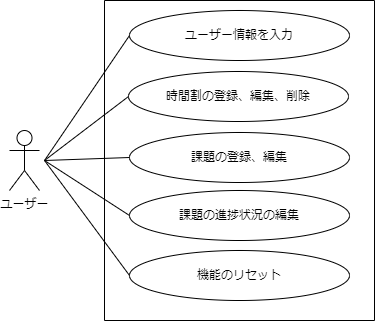
masaki1234567/psp4 keeps this draw.io diagram as 振る舞い図/ユースケース図/ユースケース図.drawio.png. Above is the earlier version. Source tidied: cells renumbered, new cells last; positions are measured from the earlier drawing's top-left corner, leaving out a move shared by most shapes. Its diagram source:
```xml
<mxGraphModel>
  <root>
    <mxCell id="0" />
    <mxCell id="1" parent="0" />
    <mxCell id="2" value="ユーザー" style="shape=umlActor;verticalLabelPosition=bottom;verticalAlign=top;html=1;" parent="1" vertex="1">
      <mxGeometry y="130" width="30" height="60" as="geometry" />
    </mxCell>
    <mxCell id="3" style="swimlane;startSize=0;" parent="1" vertex="1">
      <mxGeometry x="95" width="270" height="320" as="geometry" />
    </mxCell>
    <mxCell id="4" value="ユーザー情報を入力" style="ellipse;whiteSpace=wrap;html=1;" parent="3" vertex="1">
      <mxGeometry x="25" y="10" width="220" height="50" as="geometry" />
    </mxCell>
    <mxCell id="5" value="課題の登録、編集" style="ellipse;whiteSpace=wrap;html=1;" parent="3" vertex="1">
      <mxGeometry x="25" y="132" width="220" height="50" as="geometry" />
    </mxCell>
    <mxCell id="6" value="課題の進捗状況の編集" style="ellipse;whiteSpace=wrap;html=1;" parent="3" vertex="1">
      <mxGeometry x="25" y="190" width="220" height="50" as="geometry" />
    </mxCell>
    <mxCell id="7" value="機能のリセット" style="ellipse;whiteSpace=wrap;html=1;" parent="3" vertex="1">
      <mxGeometry x="25" y="250" width="220" height="50" as="geometry" />
    </mxCell>
    <mxCell id="8" value="時間割の登録、編集、削除" style="ellipse;whiteSpace=wrap;html=1;" parent="1" vertex="1">
      <mxGeometry x="119" y="71" width="220" height="50" as="geometry" />
    </mxCell>
    <mxCell id="9" style="edgeStyle=none;html=1;exitX=0;exitY=0.5;exitDx=0;exitDy=0;endArrow=none;endFill=0;" parent="1" edge="1" source="4">
      <mxGeometry relative="1" as="geometry">
        <mxPoint x="35" y="160" as="targetPoint" />
      </mxGeometry>
    </mxCell>
    <mxCell id="10" style="edgeStyle=none;html=1;exitX=0;exitY=0.5;exitDx=0;exitDy=0;endArrow=none;endFill=0;" parent="1" edge="1" source="8">
      <mxGeometry relative="1" as="geometry">
        <mxPoint x="35" y="160" as="targetPoint" />
      </mxGeometry>
    </mxCell>
    <mxCell id="11" style="edgeStyle=none;html=1;exitX=0;exitY=0.5;exitDx=0;exitDy=0;endArrow=none;endFill=0;" parent="1" edge="1" source="5">
      <mxGeometry relative="1" as="geometry">
        <mxPoint x="35" y="160" as="targetPoint" />
      </mxGeometry>
    </mxCell>
    <mxCell id="12" style="edgeStyle=none;html=1;exitX=0;exitY=0.5;exitDx=0;exitDy=0;endArrow=none;endFill=0;" parent="1" edge="1" source="6">
      <mxGeometry relative="1" as="geometry">
        <mxPoint x="35" y="160" as="targetPoint" />
      </mxGeometry>
    </mxCell>
    <mxCell id="13" style="edgeStyle=none;html=1;exitX=0;exitY=0.5;exitDx=0;exitDy=0;endArrow=none;endFill=0;" parent="1" edge="1" source="7">
      <mxGeometry relative="1" as="geometry">
        <mxPoint x="35" y="160" as="targetPoint" />
      </mxGeometry>
    </mxCell>
  </root>
</mxGraphModel>
```
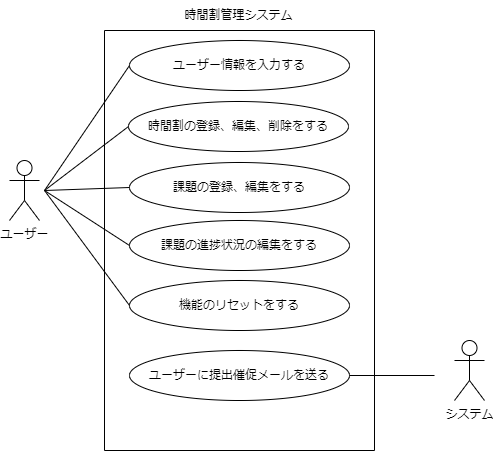
Above is the later version.

Commit message:
ユースケース図を編集しました

What changed in the source:
```diff
@@ -6,21 +6,24 @@
       <mxGeometry y="130" width="30" height="60" as="geometry" />
     </mxCell>
     <mxCell id="3" style="swimlane;startSize=0;" parent="1" vertex="1">
-      <mxGeometry x="95" width="270" height="320" as="geometry" />
+      <mxGeometry x="95" width="270" height="420" as="geometry" />
     </mxCell>
-    <mxCell id="4" value="ユーザー情報を入力" style="ellipse;whiteSpace=wrap;html=1;" parent="3" vertex="1">
+    <mxCell id="4" value="ユーザー情報を入力する" style="ellipse;whiteSpace=wrap;html=1;" parent="3" vertex="1">
       <mxGeometry x="25" y="10" width="220" height="50" as="geometry" />
     </mxCell>
-    <mxCell id="5" value="課題の登録、編集" style="ellipse;whiteSpace=wrap;html=1;" parent="3" vertex="1">
+    <mxCell id="5" value="課題の登録、編集をする" style="ellipse;whiteSpace=wrap;html=1;" parent="3" vertex="1">
       <mxGeometry x="25" y="132" width="220" height="50" as="geometry" />
     </mxCell>
-    <mxCell id="6" value="課題の進捗状況の編集" style="ellipse;whiteSpace=wrap;html=1;" parent="3" vertex="1">
+    <mxCell id="6" value="課題の進捗状況の編集をする" style="ellipse;whiteSpace=wrap;html=1;" parent="3" vertex="1">
       <mxGeometry x="25" y="190" width="220" height="50" as="geometry" />
     </mxCell>
-    <mxCell id="7" value="機能のリセット" style="ellipse;whiteSpace=wrap;html=1;" parent="3" vertex="1">
+    <mxCell id="7" value="機能のリセットをする" style="ellipse;whiteSpace=wrap;html=1;" parent="3" vertex="1">
       <mxGeometry x="25" y="250" width="220" height="50" as="geometry" />
     </mxCell>
+    <mxCell id="14" value="ユーザーに提出催促メールを送る" style="ellipse;whiteSpace=wrap;html=1;" parent="3" vertex="1">
+      <mxGeometry x="25" y="320" width="220" height="50" as="geometry" />
+    </mxCell>
-    <mxCell id="8" value="時間割の登録、編集、削除" style="ellipse;whiteSpace=wrap;html=1;" parent="1" vertex="1">
+    <mxCell id="8" value="時間割の登録、編集、削除をする" style="ellipse;whiteSpace=wrap;html=1;" parent="1" vertex="1">
       <mxGeometry x="119" y="71" width="220" height="50" as="geometry" />
     </mxCell>
     <mxCell id="9" style="edgeStyle=none;html=1;exitX=0;exitY=0.5;exitDx=0;exitDy=0;endArrow=none;endFill=0;" parent="1" edge="1" source="4">
@@ -48,5 +51,16 @@
         <mxPoint x="35" y="160" as="targetPoint" />
       </mxGeometry>
     </mxCell>
+    <mxCell id="15" value="時間割管理システム" style="text;html=1;align=center;verticalAlign=middle;strokeColor=none;fillColor=none;" parent="1" vertex="1">
+      <mxGeometry x="164" y="-30" width="130" height="30" as="geometry" />
+    </mxCell>
+    <mxCell id="16" value="システム" style="shape=umlActor;verticalLabelPosition=bottom;verticalAlign=top;html=1;" parent="1" vertex="1">
+      <mxGeometry x="445" y="310" width="30" height="60" as="geometry" />
+    </mxCell>
+    <mxCell id="17" style="edgeStyle=none;html=1;exitX=1;exitY=0.5;exitDx=0;exitDy=0;endArrow=none;endFill=0;" parent="1" edge="1" source="14">
+      <mxGeometry relative="1" as="geometry">
+        <mxPoint x="425" y="345" as="targetPoint" />
+      </mxGeometry>
+    </mxCell>
   </root>
 </mxGraphModel>
```
